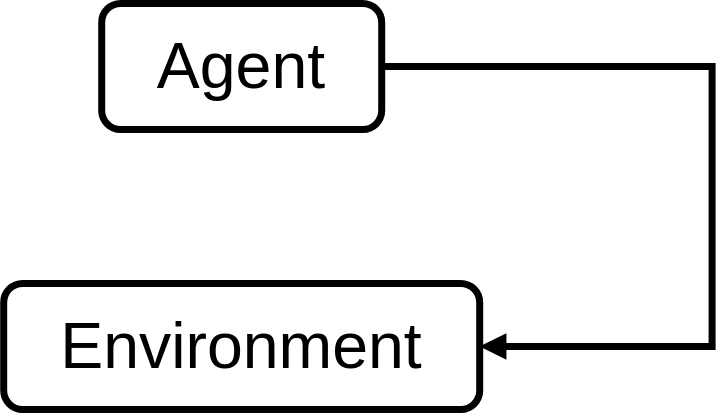
TONiiV/flowcharts keeps this draw.io diagram as RL-Interaction.svg. Above is the earlier version. Source tidied: cells renumbered, new cells last; positions are measured from the earlier drawing's top-left corner, leaving out a move shared by most shapes.
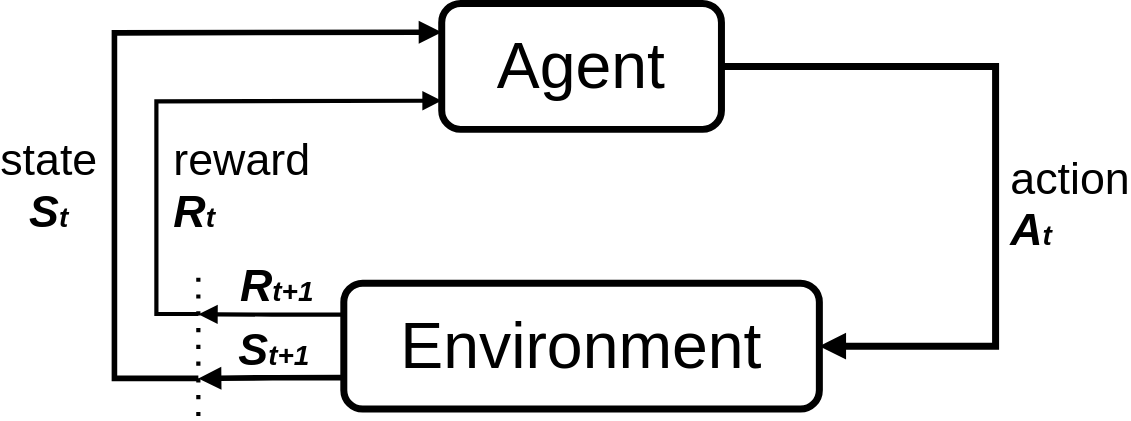
After the commit.

What changed in the source:
```diff
@@ -5,16 +5,76 @@
     <mxCell id="2" style="edgeStyle=orthogonalEdgeStyle;rounded=0;jettySize=auto;html=1;exitX=1;exitY=0.5;exitDx=0;exitDy=0;entryX=1;entryY=0.5;entryDx=0;entryDy=0;strokeWidth=5;strokeColor=#000000;endArrow=block;endFill=1;" parent="1" edge="1" source="3" target="4">
       <mxGeometry relative="1" as="geometry">
         <Array as="points">
-          <mxPoint x="506" y="45" />
-          <mxPoint x="506" y="245" />
+          <mxPoint x="466" y="45" />
+          <mxPoint x="466" y="245" />
         </Array>
       </mxGeometry>
     </mxCell>
+    <mxCell id="5" value="&lt;p style=&quot;line-height: 0%; font-size: 32px;&quot;&gt;&lt;font style=&quot;font-size: 32px;&quot;&gt;action&lt;/font&gt;&lt;/p&gt;&lt;p style=&quot;line-height: 90%;&quot;&gt;&lt;b&gt;&lt;i&gt;&lt;font&gt;&lt;font style=&quot;font-size: 32px;&quot;&gt;A&lt;/font&gt;&lt;/font&gt;&lt;font style=&quot;font-size: 20px;&quot;&gt;t&lt;/font&gt;&lt;/i&gt;&lt;/b&gt;&lt;/p&gt;" style="edgeLabel;html=1;align=left;verticalAlign=middle;labelBackgroundColor=none;" parent="2" vertex="1">
+      <mxGeometry x="0.06" y="-3" relative="1" as="geometry">
+        <mxPoint x="12" y="14" as="offset" />
+      </mxGeometry>
+    </mxCell>
     <mxCell id="3" value="&lt;font color=&quot;#000000&quot; style=&quot;font-size: 46px;&quot;&gt;Agent&lt;/font&gt;" style="rounded=1;whiteSpace=wrap;html=1;strokeColor=#000000;fillColor=none;strokeWidth=5;" parent="1" vertex="1">
       <mxGeometry x="70" width="200" height="90" as="geometry" />
     </mxCell>
+    <mxCell id="6" style="edgeStyle=orthogonalEdgeStyle;rounded=0;jettySize=auto;html=1;exitX=0;exitY=0.25;exitDx=0;exitDy=0;strokeWidth=3;endArrow=block;endFill=1;" parent="1" edge="1" source="4">
+      <mxGeometry relative="1" as="geometry">
+        <mxPoint x="-104" y="222.2" as="targetPoint" />
+      </mxGeometry>
+    </mxCell>
+    <mxCell id="7" style="edgeStyle=orthogonalEdgeStyle;rounded=0;jettySize=auto;html=1;exitX=0;exitY=0.75;exitDx=0;exitDy=0;strokeWidth=4;endArrow=block;endFill=1;" parent="1" edge="1" source="4">
+      <mxGeometry relative="1" as="geometry">
+        <mxPoint x="-104" y="268.1" as="targetPoint" />
+        <Array as="points">
+          <mxPoint x="-51" y="268" />
+        </Array>
+      </mxGeometry>
+    </mxCell>
     <mxCell id="4" value="&lt;font color=&quot;#000000&quot; style=&quot;font-size: 46px;&quot;&gt;Environment&lt;/font&gt;" style="rounded=1;whiteSpace=wrap;html=1;fillColor=none;strokeWidth=5;strokeColor=#000000;" parent="1" vertex="1">
       <mxGeometry y="200" width="340" height="90" as="geometry" />
     </mxCell>
+    <mxCell id="8" style="endArrow=none;dashed=1;html=1;dashPattern=1 3;strokeWidth=3;rounded=0;" parent="1" edge="1">
+      <mxGeometry relative="1" as="geometry">
+        <mxPoint x="-104" y="295" as="sourcePoint" />
+        <mxPoint x="-104" y="195" as="targetPoint" />
+      </mxGeometry>
+    </mxCell>
+    <mxCell id="9" value="&lt;b style=&quot;border-color: var(--border-color); text-align: left; background-color: rgb(255, 255, 255);&quot;&gt;&lt;i style=&quot;border-color: var(--border-color);&quot;&gt;&lt;font style=&quot;border-color: var(--border-color); font-size: 32px;&quot;&gt;R&lt;/font&gt;&lt;font style=&quot;font-size: 20px; border-color: var(--border-color);&quot;&gt;t+1&lt;/font&gt;&lt;/i&gt;&lt;/b&gt;" style="text;html=1;align=center;verticalAlign=middle;strokeColor=none;fillColor=none;" parent="1" vertex="1">
+      <mxGeometry x="-88" y="177" width="80" height="50" as="geometry" />
+    </mxCell>
+    <mxCell id="10" value="&lt;b style=&quot;border-color: var(--border-color); text-align: left; background-color: rgb(255, 255, 255);&quot;&gt;&lt;i style=&quot;border-color: var(--border-color);&quot;&gt;&lt;font style=&quot;border-color: var(--border-color); font-size: 32px;&quot;&gt;S&lt;/font&gt;&lt;font style=&quot;font-size: 20px; border-color: var(--border-color);&quot;&gt;t+1&lt;/font&gt;&lt;/i&gt;&lt;/b&gt;" style="text;html=1;align=center;verticalAlign=middle;strokeColor=none;fillColor=none;" parent="1" vertex="1">
+      <mxGeometry x="-85" y="223" width="70" height="50" as="geometry" />
+    </mxCell>
+    <mxCell id="11" style="endArrow=block;html=1;rounded=0;entryX=0;entryY=0.75;entryDx=0;entryDy=0;strokeWidth=3;endFill=1;" parent="1" edge="1">
+      <mxGeometry relative="1" as="geometry">
+        <mxPoint x="-104" y="222" as="sourcePoint" />
+        <mxPoint x="70" y="69.5" as="targetPoint" />
+        <Array as="points">
+          <mxPoint x="-134" y="222" />
+          <mxPoint x="-134" y="70" />
+        </Array>
+      </mxGeometry>
+    </mxCell>
+    <mxCell id="12" value="&lt;p style=&quot;border-color: var(--border-color); text-align: left; line-height: 0px; font-size: 32px;&quot;&gt;&lt;font style=&quot;border-color: var(--border-color);&quot;&gt;reward&lt;/font&gt;&lt;/p&gt;&lt;p style=&quot;border-color: var(--border-color); text-align: left; line-height: 10.8px;&quot;&gt;&lt;b style=&quot;border-color: var(--border-color);&quot;&gt;&lt;i style=&quot;border-color: var(--border-color);&quot;&gt;&lt;font style=&quot;border-color: var(--border-color); font-size: 32px;&quot;&gt;R&lt;/font&gt;&lt;font style=&quot;border-color: var(--border-color); font-size: 20px;&quot;&gt;t&lt;/font&gt;&lt;/i&gt;&lt;/b&gt;&lt;/p&gt;" style="edgeLabel;html=1;align=center;verticalAlign=middle;labelBackgroundColor=none;" parent="11" vertex="1">
+      <mxGeometry x="-0.33" relative="1" as="geometry">
+        <mxPoint x="60" y="2" as="offset" />
+      </mxGeometry>
+    </mxCell>
+    <mxCell id="13" style="endArrow=block;html=1;rounded=0;entryX=0;entryY=0.75;entryDx=0;entryDy=0;strokeWidth=4;endFill=1;" parent="1" edge="1">
+      <mxGeometry relative="1" as="geometry">
+        <mxPoint x="-104" y="268" as="sourcePoint" />
+        <mxPoint x="70" y="20.5" as="targetPoint" />
+        <Array as="points">
+          <mxPoint x="-164" y="268" />
+          <mxPoint x="-164" y="21" />
+        </Array>
+      </mxGeometry>
+    </mxCell>
+    <mxCell id="14" value="&lt;p style=&quot;border-color: var(--border-color); line-height: 0px; font-size: 32px;&quot;&gt;&lt;font style=&quot;border-color: var(--border-color);&quot;&gt;state&lt;/font&gt;&lt;/p&gt;&lt;p style=&quot;border-color: var(--border-color); line-height: 10.8px;&quot;&gt;&lt;b style=&quot;border-color: var(--border-color);&quot;&gt;&lt;i style=&quot;border-color: var(--border-color);&quot;&gt;&lt;font style=&quot;border-color: var(--border-color); font-size: 32px;&quot;&gt;S&lt;/font&gt;&lt;font style=&quot;border-color: var(--border-color); font-size: 20px;&quot;&gt;t&lt;/font&gt;&lt;/i&gt;&lt;/b&gt;&lt;/p&gt;" style="edgeLabel;html=1;align=center;verticalAlign=middle;labelBackgroundColor=none;" parent="13" vertex="1">
+      <mxGeometry x="-0.33" relative="1" as="geometry">
+        <mxPoint x="-48" y="-21" as="offset" />
+      </mxGeometry>
+    </mxCell>
   </root>
 </mxGraphModel>
```
